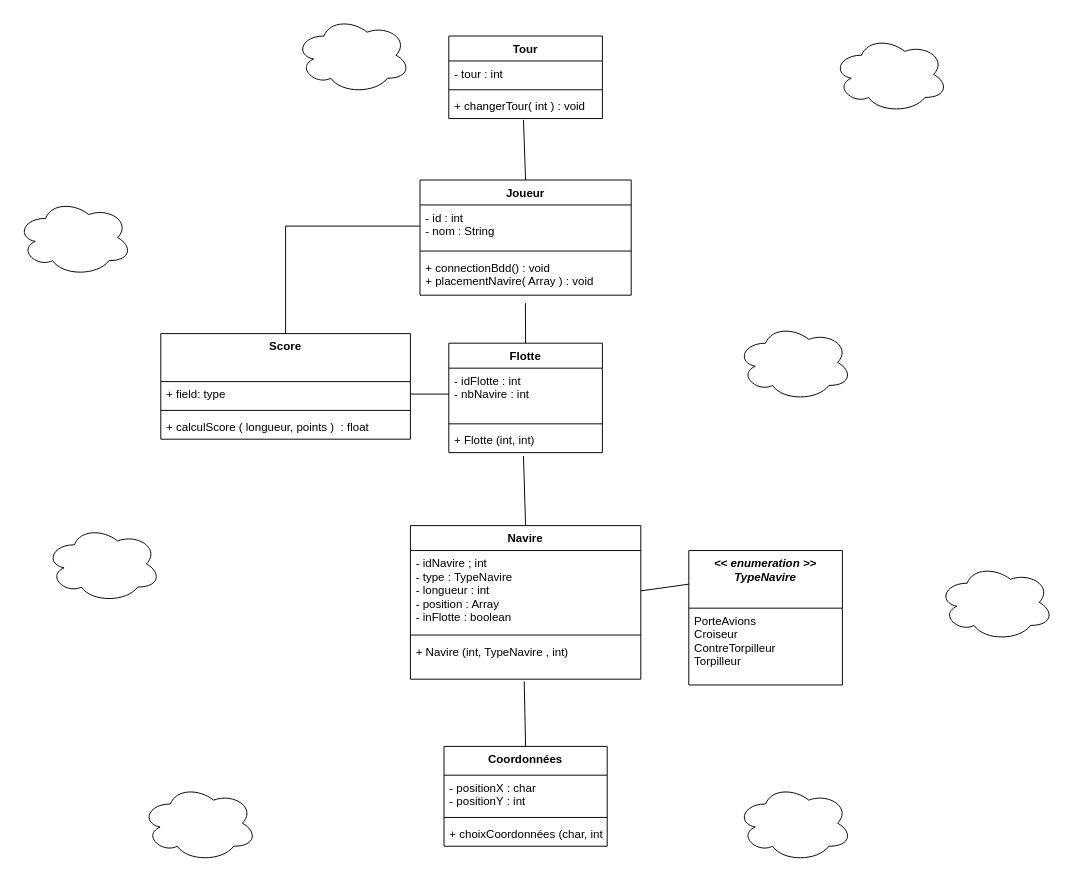
This is diagrammes/uml/diagrammesDeClasses.drawio from Shaxens/Bataille-navale, a draw.io file, before an edit. Source tidied: cells renumbered, new cells numbered last; positions are measured from the earlier drawing's top-left corner, leaving out a move shared by most shapes. Both pictures are drawn from the tidied source at 96%, with x=0, y=0 at pixel (16, 16).
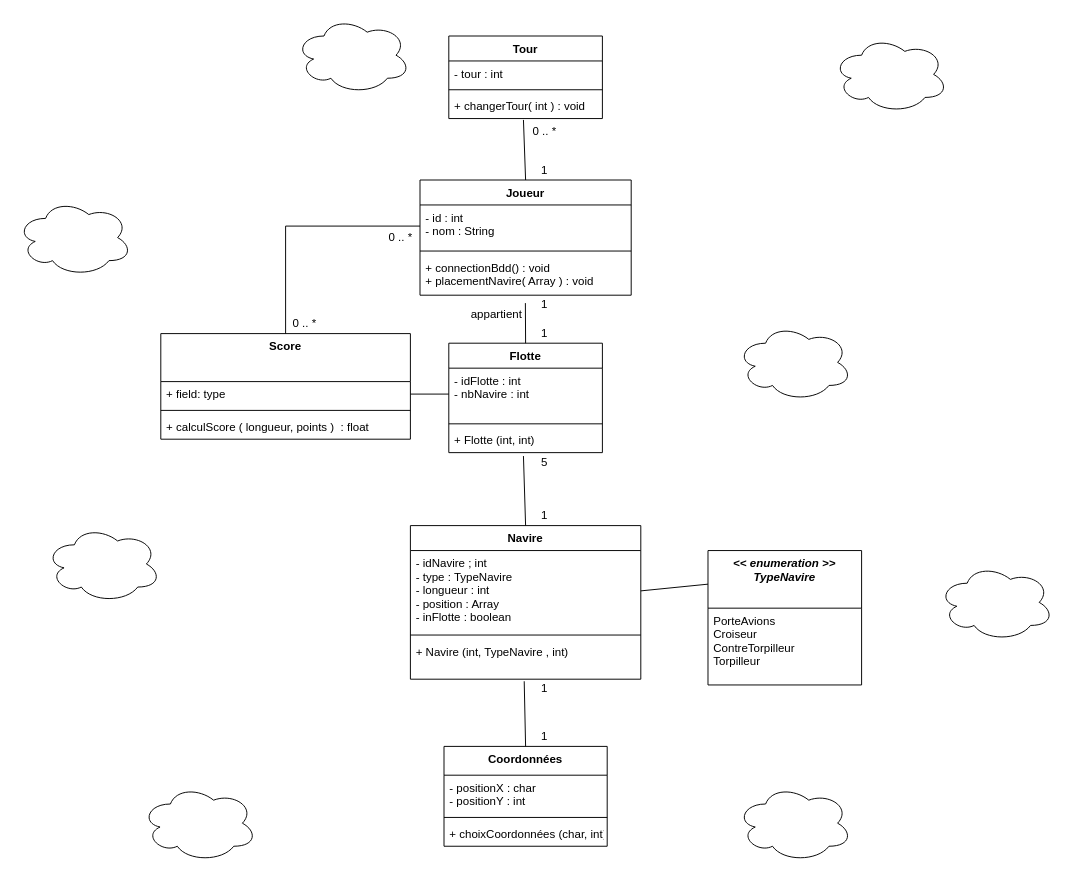
Above is the later version.

Change to the diagram source:
```diff
@@
     <mxCell id="6" value="&lt;&lt; enumeration &gt;&gt;&#10;TypeNavire" style="swimlane;fontStyle=3;align=center;verticalAlign=top;horizontal=1;startSize=60;" parent="1" vertex="1">
-      <mxGeometry x="700" y="556" width="160" height="140" as="geometry" />
+      <mxGeometry x="720" y="556" width="160" height="140" as="geometry" />
     </mxCell>
@@
+    <mxCell id="43" value="0 .. *" style="text;html=1;strokeColor=none;fillColor=none;align=center;verticalAlign=middle;whiteSpace=wrap;rounded=0;" parent="1" vertex="1">
+      <mxGeometry x="530" y="110" width="40" height="20" as="geometry" />
+    </mxCell>
+    <mxCell id="44" value="1" style="text;html=1;strokeColor=none;fillColor=none;align=center;verticalAlign=middle;whiteSpace=wrap;rounded=0;" parent="1" vertex="1">
+      <mxGeometry x="530" y="150" width="40" height="20" as="geometry" />
+    </mxCell>
+    <mxCell id="45" value="0 .. *" style="text;html=1;strokeColor=none;fillColor=none;align=center;verticalAlign=middle;whiteSpace=wrap;rounded=0;" parent="1" vertex="1">
+      <mxGeometry x="380" y="220" width="40" height="20" as="geometry" />
+    </mxCell>
+    <mxCell id="46" value="0 .. *" style="text;html=1;strokeColor=none;fillColor=none;align=center;verticalAlign=middle;whiteSpace=wrap;rounded=0;" parent="1" vertex="1">
+      <mxGeometry x="280" y="310" width="40" height="20" as="geometry" />
+    </mxCell>
+    <mxCell id="47" value="1" style="text;html=1;strokeColor=none;fillColor=none;align=center;verticalAlign=middle;whiteSpace=wrap;rounded=0;" parent="1" vertex="1">
+      <mxGeometry x="530" y="290" width="40" height="20" as="geometry" />
+    </mxCell>
+    <mxCell id="48" value="appartient" style="text;html=1;strokeColor=none;fillColor=none;align=center;verticalAlign=middle;whiteSpace=wrap;rounded=0;" parent="1" vertex="1">
+      <mxGeometry x="480" y="300" width="40" height="20" as="geometry" />
+    </mxCell>
+    <mxCell id="49" value="1" style="text;html=1;strokeColor=none;fillColor=none;align=center;verticalAlign=middle;whiteSpace=wrap;rounded=0;" parent="1" vertex="1">
+      <mxGeometry x="530" y="320" width="40" height="20" as="geometry" />
+    </mxCell>
+    <mxCell id="50" value="5" style="text;html=1;strokeColor=none;fillColor=none;align=center;verticalAlign=middle;whiteSpace=wrap;rounded=0;" parent="1" vertex="1">
+      <mxGeometry x="530" y="454" width="40" height="20" as="geometry" />
+    </mxCell>
+    <mxCell id="51" value="1" style="text;html=1;strokeColor=none;fillColor=none;align=center;verticalAlign=middle;whiteSpace=wrap;rounded=0;" parent="1" vertex="1">
+      <mxGeometry x="530" y="510" width="40" height="20" as="geometry" />
+    </mxCell>
+    <mxCell id="52" value="1" style="text;html=1;strokeColor=none;fillColor=none;align=center;verticalAlign=middle;whiteSpace=wrap;rounded=0;" parent="1" vertex="1">
+      <mxGeometry x="530" y="690" width="40" height="20" as="geometry" />
+    </mxCell>
+    <mxCell id="53" value="1" style="text;html=1;strokeColor=none;fillColor=none;align=center;verticalAlign=middle;whiteSpace=wrap;rounded=0;" parent="1" vertex="1">
+      <mxGeometry x="530" y="740" width="40" height="20" as="geometry" />
+    </mxCell>
```
